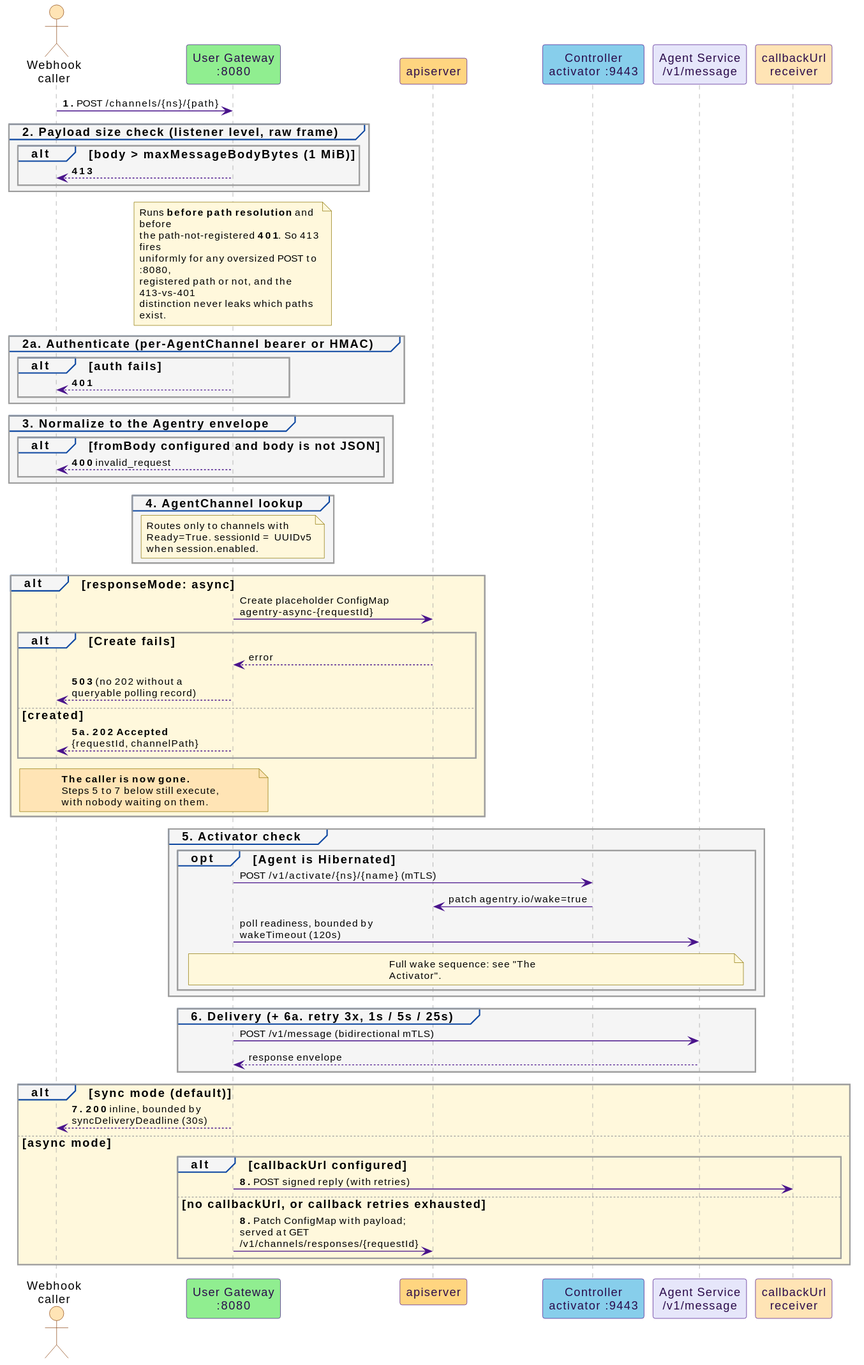
The PlantUML diagram docs/src/diagrams/user-webhook-flow.svg in win07xp/kaalm, before a commit.
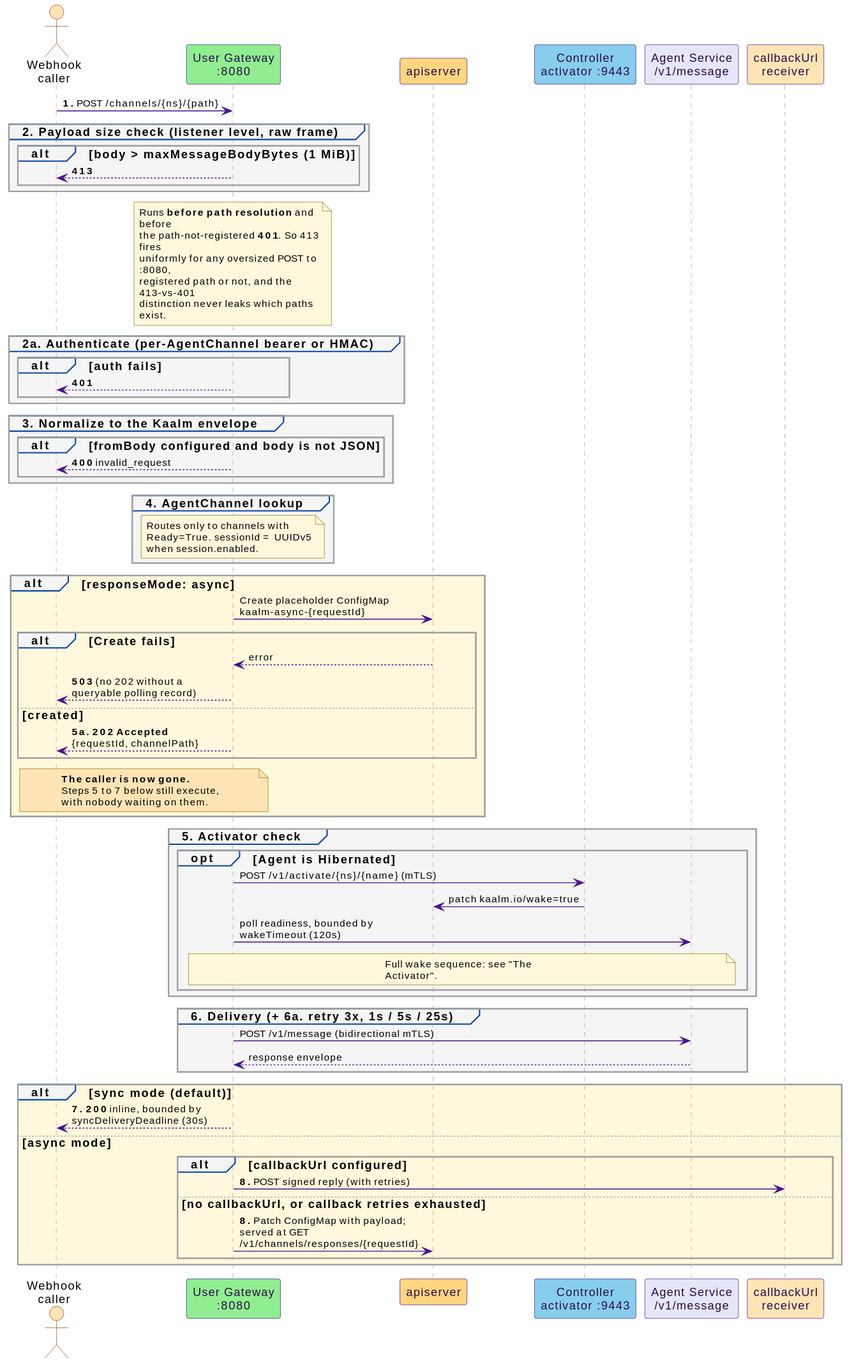
After the change.

Change to the diagram source:
```diff
@@ -29,7 +29,7 @@
   end
 end
 
-group #F5F5F5 3. Normalize to the Agentry envelope
+group #F5F5F5 3. Normalize to the Kaalm envelope
   alt fromBody configured and body is not JSON
     gw --> caller : **400** invalid_request
   end
@@ -40,7 +40,7 @@
 end
 
 alt #FFF8DC responseMode: async
-  gw -> api : Create placeholder ConfigMap\nagentry-async-{requestId}
+  gw -> api : Create placeholder ConfigMap\nkaalm-async-{requestId}
   alt Create fails
     api --> gw : error
     gw --> caller : **503** (no 202 without a\nqueryable polling record)
@@ -57,7 +57,7 @@
 group #F5F5F5 5. Activator check
   opt Agent is Hibernated
     gw -> ctrl : POST /v1/activate/{ns}/{name} (mTLS)
-    ctrl -> api : patch agentry.io/wake=true
+    ctrl -> api : patch kaalm.io/wake=true
     gw -> agent : poll readiness, bounded by wakeTimeout (120s)
     note over gw, agent : Full wake sequence: see "The Activator".
   end
```
